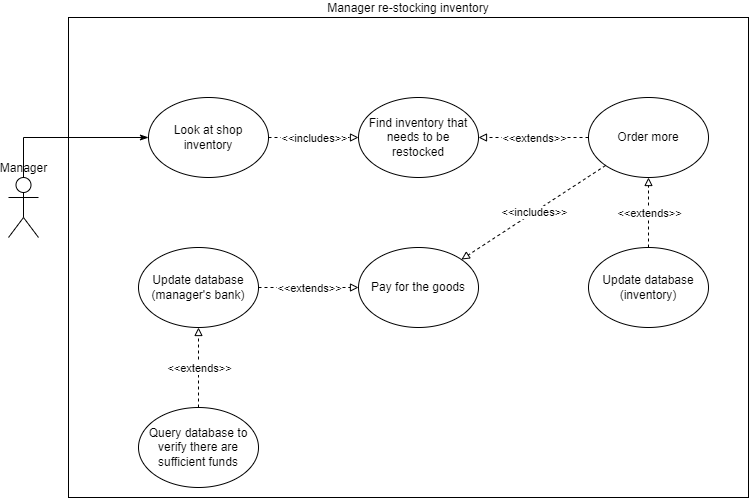
The draw.io diagram images/UseCaseDiagram4.drawio.png in Zachary-Harrison/FrappuccinoShop, before a commit. Source tidied: cells renumbered, new cells last; positions are measured from the earlier drawing's top-left corner, leaving out a move shared by most shapes. Its diagram source:
```xml
<mxGraphModel>
  <root>
    <mxCell id="0" />
    <mxCell id="1" parent="0" />
    <mxCell id="2" value="Manager re-stocking inventory" style="rounded=0;whiteSpace=wrap;html=1;shadow=0;glass=0;sketch=0;labelPosition=center;verticalLabelPosition=top;align=center;verticalAlign=bottom;gradientColor=none;" parent="1" vertex="1">
      <mxGeometry x="60" width="680" height="480" as="geometry" />
    </mxCell>
    <mxCell id="3" style="edgeStyle=orthogonalEdgeStyle;rounded=0;jettySize=auto;html=1;endArrow=classicThin;endFill=1;" parent="1" edge="1" source="11" target="12">
      <mxGeometry relative="1" as="geometry">
        <Array as="points">
          <mxPoint x="15" y="120" />
          <mxPoint x="200" y="120" />
        </Array>
      </mxGeometry>
    </mxCell>
    <mxCell id="4" value="Find inventory that needs to be restocked" style="ellipse;whiteSpace=wrap;html=1;" parent="1" vertex="1">
      <mxGeometry x="350" y="80" width="120" height="80" as="geometry" />
    </mxCell>
    <mxCell id="5" value="Update database (manager's bank)" style="ellipse;whiteSpace=wrap;html=1;shadow=0;glass=1;sketch=0;" parent="1" vertex="1">
      <mxGeometry x="130" y="230" width="120" height="80" as="geometry" />
    </mxCell>
    <mxCell id="6" style="endArrow=block;html=1;rounded=0;dashed=1;endFill=0;" parent="1" edge="1" source="5" target="18">
      <mxGeometry relative="1" as="geometry" />
    </mxCell>
    <mxCell id="7" value="&amp;lt;&amp;lt;extends&amp;gt;&amp;gt;" style="edgeLabel;html=1;align=center;verticalAlign=middle;" parent="6" vertex="1">
      <mxGeometry relative="1" as="geometry" />
    </mxCell>
    <mxCell id="8" value="Query database to verify there are sufficient funds" style="ellipse;whiteSpace=wrap;html=1;shadow=0;glass=1;sketch=0;" parent="1" vertex="1">
      <mxGeometry x="130" y="390" width="120" height="80" as="geometry" />
    </mxCell>
    <mxCell id="9" style="endArrow=block;html=1;rounded=0;dashed=1;endFill=0;" parent="1" edge="1" source="8" target="5">
      <mxGeometry relative="1" as="geometry" />
    </mxCell>
    <mxCell id="10" value="&amp;lt;&amp;lt;extends&amp;gt;&amp;gt;" style="edgeLabel;html=1;align=center;verticalAlign=middle;" parent="9" vertex="1">
      <mxGeometry relative="1" as="geometry" />
    </mxCell>
    <mxCell id="11" value="Manager" style="shape=umlActor;verticalLabelPosition=top;verticalAlign=bottom;html=1;outlineConnect=0;labelPosition=center;align=center;" parent="1" vertex="1">
      <mxGeometry y="160" width="30" height="60" as="geometry" />
    </mxCell>
    <mxCell id="12" value="Look at shop inventory" style="ellipse;whiteSpace=wrap;html=1;" parent="1" vertex="1">
      <mxGeometry x="140" y="80" width="120" height="80" as="geometry" />
    </mxCell>
    <mxCell id="13" style="endArrow=block;html=1;rounded=0;dashed=1;endFill=0;" parent="1" edge="1" source="12" target="4">
      <mxGeometry relative="1" as="geometry" />
    </mxCell>
    <mxCell id="14" value="&amp;lt;&amp;lt;includes&amp;gt;&amp;gt;" style="edgeLabel;html=1;align=center;verticalAlign=middle;" parent="13" vertex="1">
      <mxGeometry relative="1" as="geometry" />
    </mxCell>
    <mxCell id="15" value="Order more" style="ellipse;whiteSpace=wrap;html=1;" parent="1" vertex="1">
      <mxGeometry x="580" y="80" width="120" height="80" as="geometry" />
    </mxCell>
    <mxCell id="16" style="endArrow=block;html=1;rounded=0;dashed=1;endFill=0;" parent="1" edge="1" source="15" target="4">
      <mxGeometry relative="1" as="geometry" />
    </mxCell>
    <mxCell id="17" value="&amp;lt;&amp;lt;extends&amp;gt;&amp;gt;" style="edgeLabel;html=1;align=center;verticalAlign=middle;" parent="16" vertex="1">
      <mxGeometry relative="1" as="geometry" />
    </mxCell>
    <mxCell id="18" value="Pay for the goods" style="ellipse;whiteSpace=wrap;html=1;" parent="1" vertex="1">
      <mxGeometry x="350" y="230" width="120" height="80" as="geometry" />
    </mxCell>
    <mxCell id="19" style="endArrow=block;html=1;rounded=0;dashed=1;endFill=0;" parent="1" edge="1" source="15" target="18">
      <mxGeometry relative="1" as="geometry" />
    </mxCell>
    <mxCell id="20" value="&amp;lt;&amp;lt;includes&amp;gt;&amp;gt;" style="edgeLabel;html=1;align=center;verticalAlign=middle;" parent="19" vertex="1">
      <mxGeometry relative="1" as="geometry" />
    </mxCell>
    <mxCell id="21" style="endArrow=block;html=1;rounded=0;dashed=1;endFill=0;" parent="1" edge="1" source="23">
      <mxGeometry relative="1" as="geometry">
        <mxPoint x="640" y="160" as="targetPoint" />
      </mxGeometry>
    </mxCell>
    <mxCell id="22" value="&amp;lt;&amp;lt;extends&amp;gt;&amp;gt;" style="edgeLabel;html=1;align=center;verticalAlign=middle;" parent="21" vertex="1">
      <mxGeometry relative="1" as="geometry" />
    </mxCell>
    <mxCell id="23" value="Update database (inventory)" style="ellipse;whiteSpace=wrap;html=1;shadow=0;glass=1;sketch=0;" parent="1" vertex="1">
      <mxGeometry x="580" y="230" width="120" height="80" as="geometry" />
    </mxCell>
  </root>
</mxGraphModel>
```
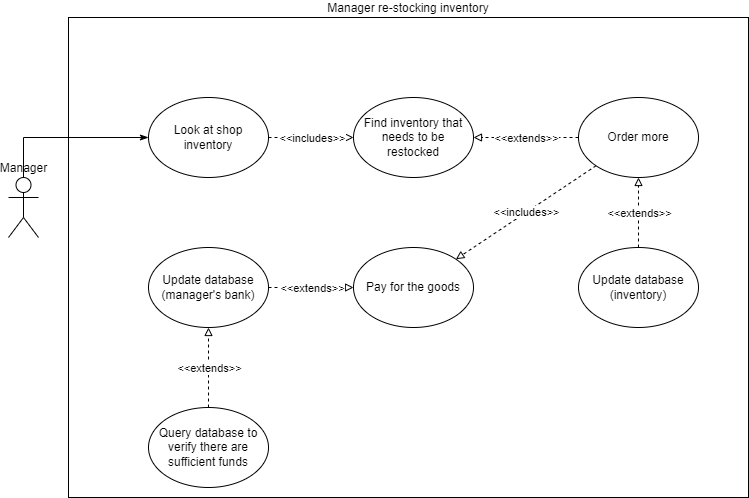
After the change.

Commit message:
Made UseCaseDiagram4 look nicer

The edit, as a diff of the source:
```diff
@@ -14,10 +14,10 @@
       </mxGeometry>
     </mxCell>
     <mxCell id="4" value="Find inventory that needs to be restocked" style="ellipse;whiteSpace=wrap;html=1;" parent="1" vertex="1">
-      <mxGeometry x="350" y="80" width="120" height="80" as="geometry" />
+      <mxGeometry x="345" y="80" width="120" height="80" as="geometry" />
     </mxCell>
     <mxCell id="5" value="Update database (manager's bank)" style="ellipse;whiteSpace=wrap;html=1;shadow=0;glass=1;sketch=0;" parent="1" vertex="1">
-      <mxGeometry x="130" y="230" width="120" height="80" as="geometry" />
+      <mxGeometry x="140" y="230" width="120" height="80" as="geometry" />
     </mxCell>
     <mxCell id="6" style="endArrow=block;html=1;rounded=0;dashed=1;endFill=0;" parent="1" edge="1" source="5" target="18">
       <mxGeometry relative="1" as="geometry" />
@@ -26,7 +26,7 @@
       <mxGeometry relative="1" as="geometry" />
     </mxCell>
     <mxCell id="8" value="Query database to verify there are sufficient funds" style="ellipse;whiteSpace=wrap;html=1;shadow=0;glass=1;sketch=0;" parent="1" vertex="1">
-      <mxGeometry x="130" y="390" width="120" height="80" as="geometry" />
+      <mxGeometry x="140" y="390" width="120" height="80" as="geometry" />
     </mxCell>
     <mxCell id="9" style="endArrow=block;html=1;rounded=0;dashed=1;endFill=0;" parent="1" edge="1" source="8" target="5">
       <mxGeometry relative="1" as="geometry" />
@@ -47,7 +47,7 @@
       <mxGeometry relative="1" as="geometry" />
     </mxCell>
     <mxCell id="15" value="Order more" style="ellipse;whiteSpace=wrap;html=1;" parent="1" vertex="1">
-      <mxGeometry x="580" y="80" width="120" height="80" as="geometry" />
+      <mxGeometry x="570" y="80" width="120" height="80" as="geometry" />
     </mxCell>
     <mxCell id="16" style="endArrow=block;html=1;rounded=0;dashed=1;endFill=0;" parent="1" edge="1" source="15" target="4">
       <mxGeometry relative="1" as="geometry" />
@@ -56,7 +56,7 @@
       <mxGeometry relative="1" as="geometry" />
     </mxCell>
     <mxCell id="18" value="Pay for the goods" style="ellipse;whiteSpace=wrap;html=1;" parent="1" vertex="1">
-      <mxGeometry x="350" y="230" width="120" height="80" as="geometry" />
+      <mxGeometry x="345" y="230" width="120" height="80" as="geometry" />
     </mxCell>
     <mxCell id="19" style="endArrow=block;html=1;rounded=0;dashed=1;endFill=0;" parent="1" edge="1" source="15" target="18">
       <mxGeometry relative="1" as="geometry" />
@@ -64,16 +64,14 @@
     <mxCell id="20" value="&amp;lt;&amp;lt;includes&amp;gt;&amp;gt;" style="edgeLabel;html=1;align=center;verticalAlign=middle;" parent="19" vertex="1">
       <mxGeometry relative="1" as="geometry" />
     </mxCell>
-    <mxCell id="21" style="endArrow=block;html=1;rounded=0;dashed=1;endFill=0;" parent="1" edge="1" source="23">
-      <mxGeometry relative="1" as="geometry">
-        <mxPoint x="640" y="160" as="targetPoint" />
-      </mxGeometry>
+    <mxCell id="21" style="endArrow=block;html=1;rounded=0;dashed=1;endFill=0;" parent="1" edge="1" source="23" target="15">
+      <mxGeometry relative="1" as="geometry" />
     </mxCell>
     <mxCell id="22" value="&amp;lt;&amp;lt;extends&amp;gt;&amp;gt;" style="edgeLabel;html=1;align=center;verticalAlign=middle;" parent="21" vertex="1">
       <mxGeometry relative="1" as="geometry" />
     </mxCell>
     <mxCell id="23" value="Update database (inventory)" style="ellipse;whiteSpace=wrap;html=1;shadow=0;glass=1;sketch=0;" parent="1" vertex="1">
-      <mxGeometry x="580" y="230" width="120" height="80" as="geometry" />
+      <mxGeometry x="570" y="230" width="120" height="80" as="geometry" />
     </mxCell>
   </root>
 </mxGraphModel>
```
